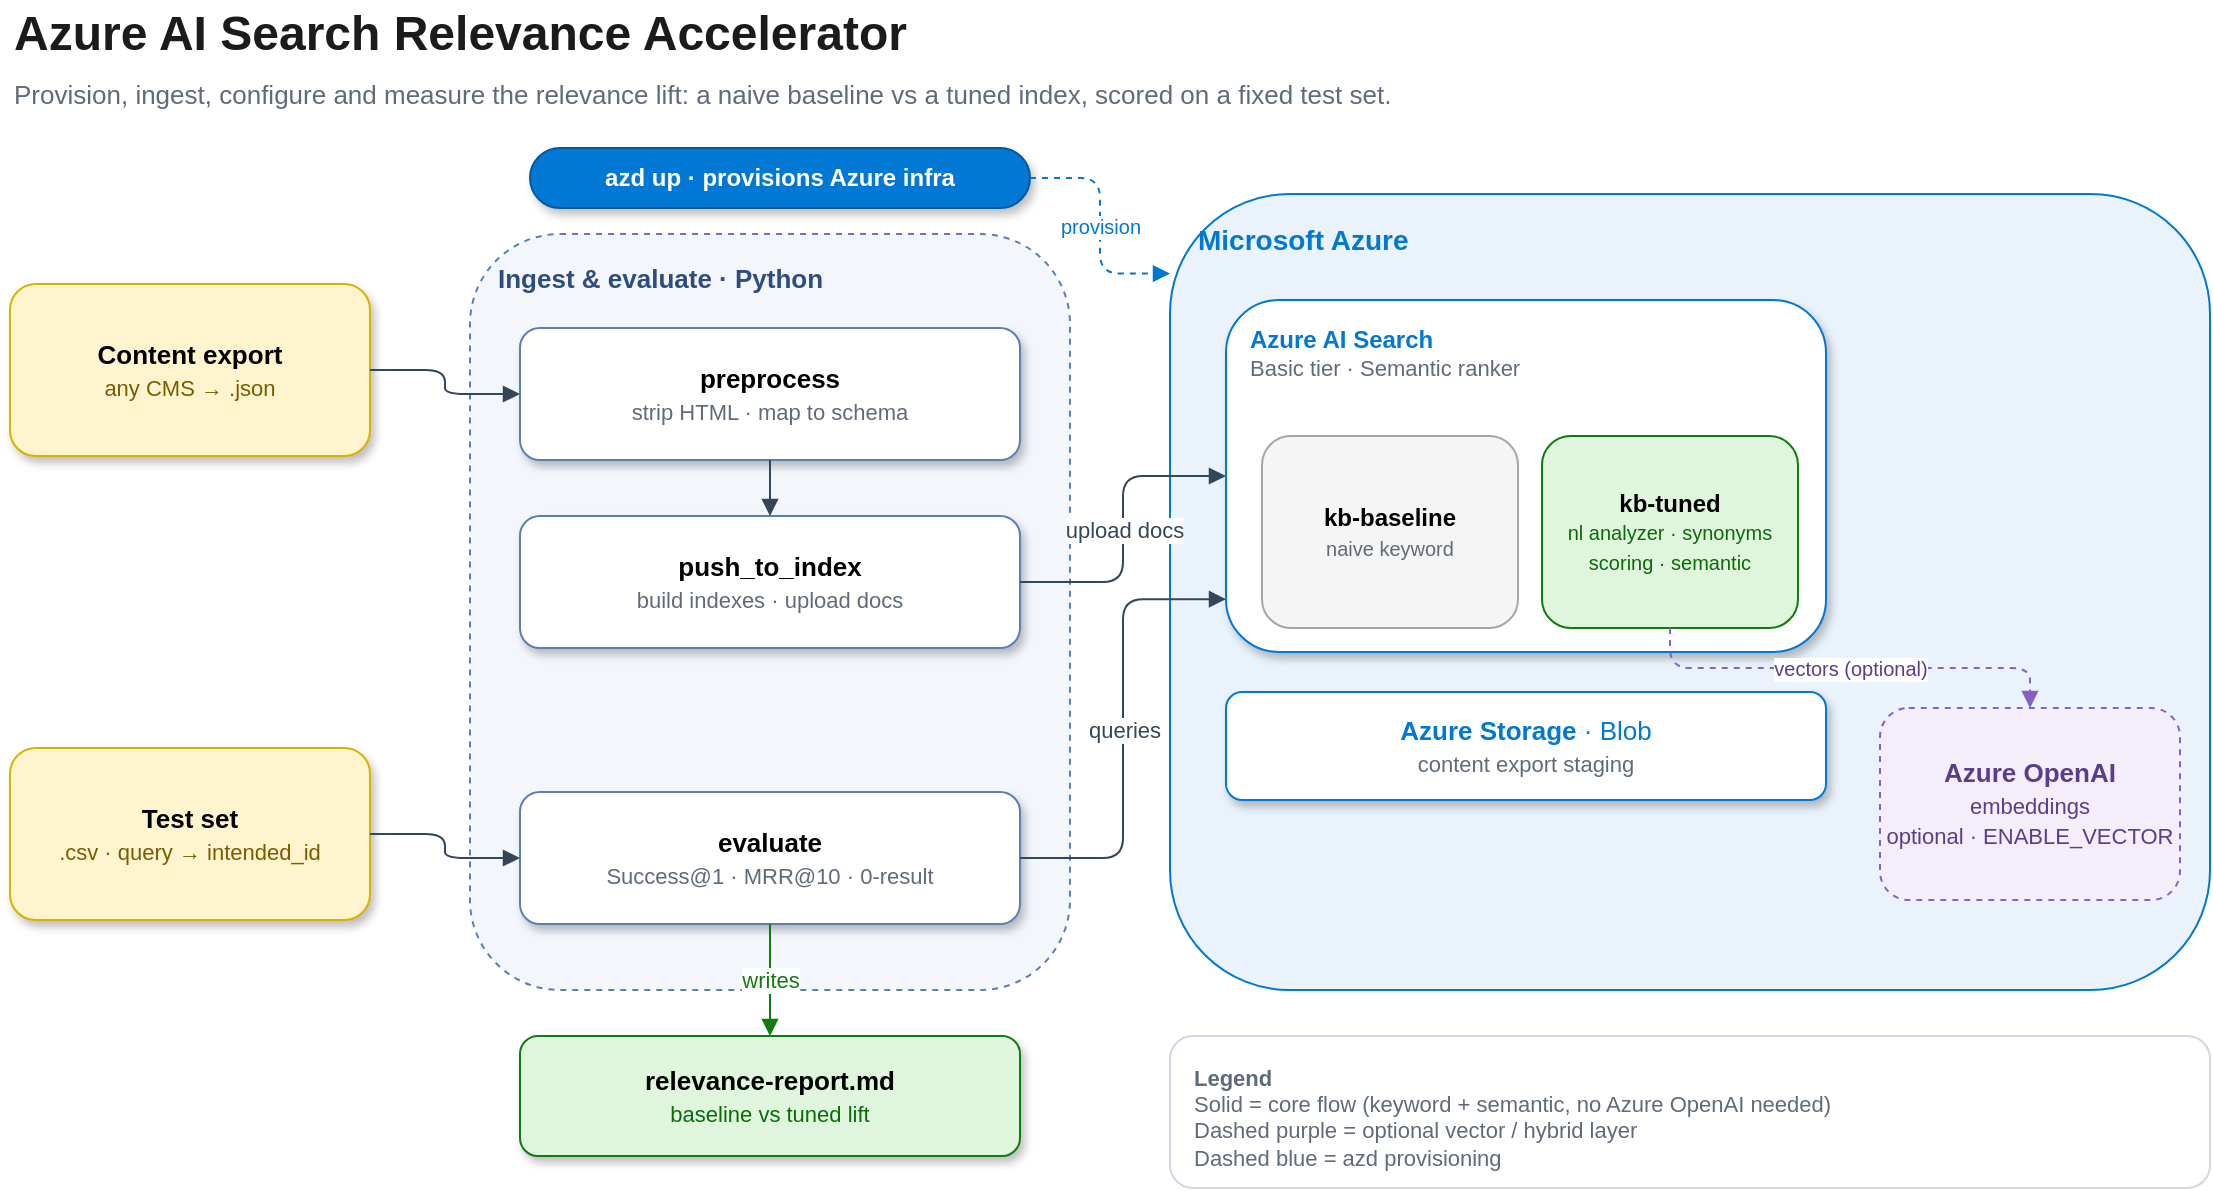
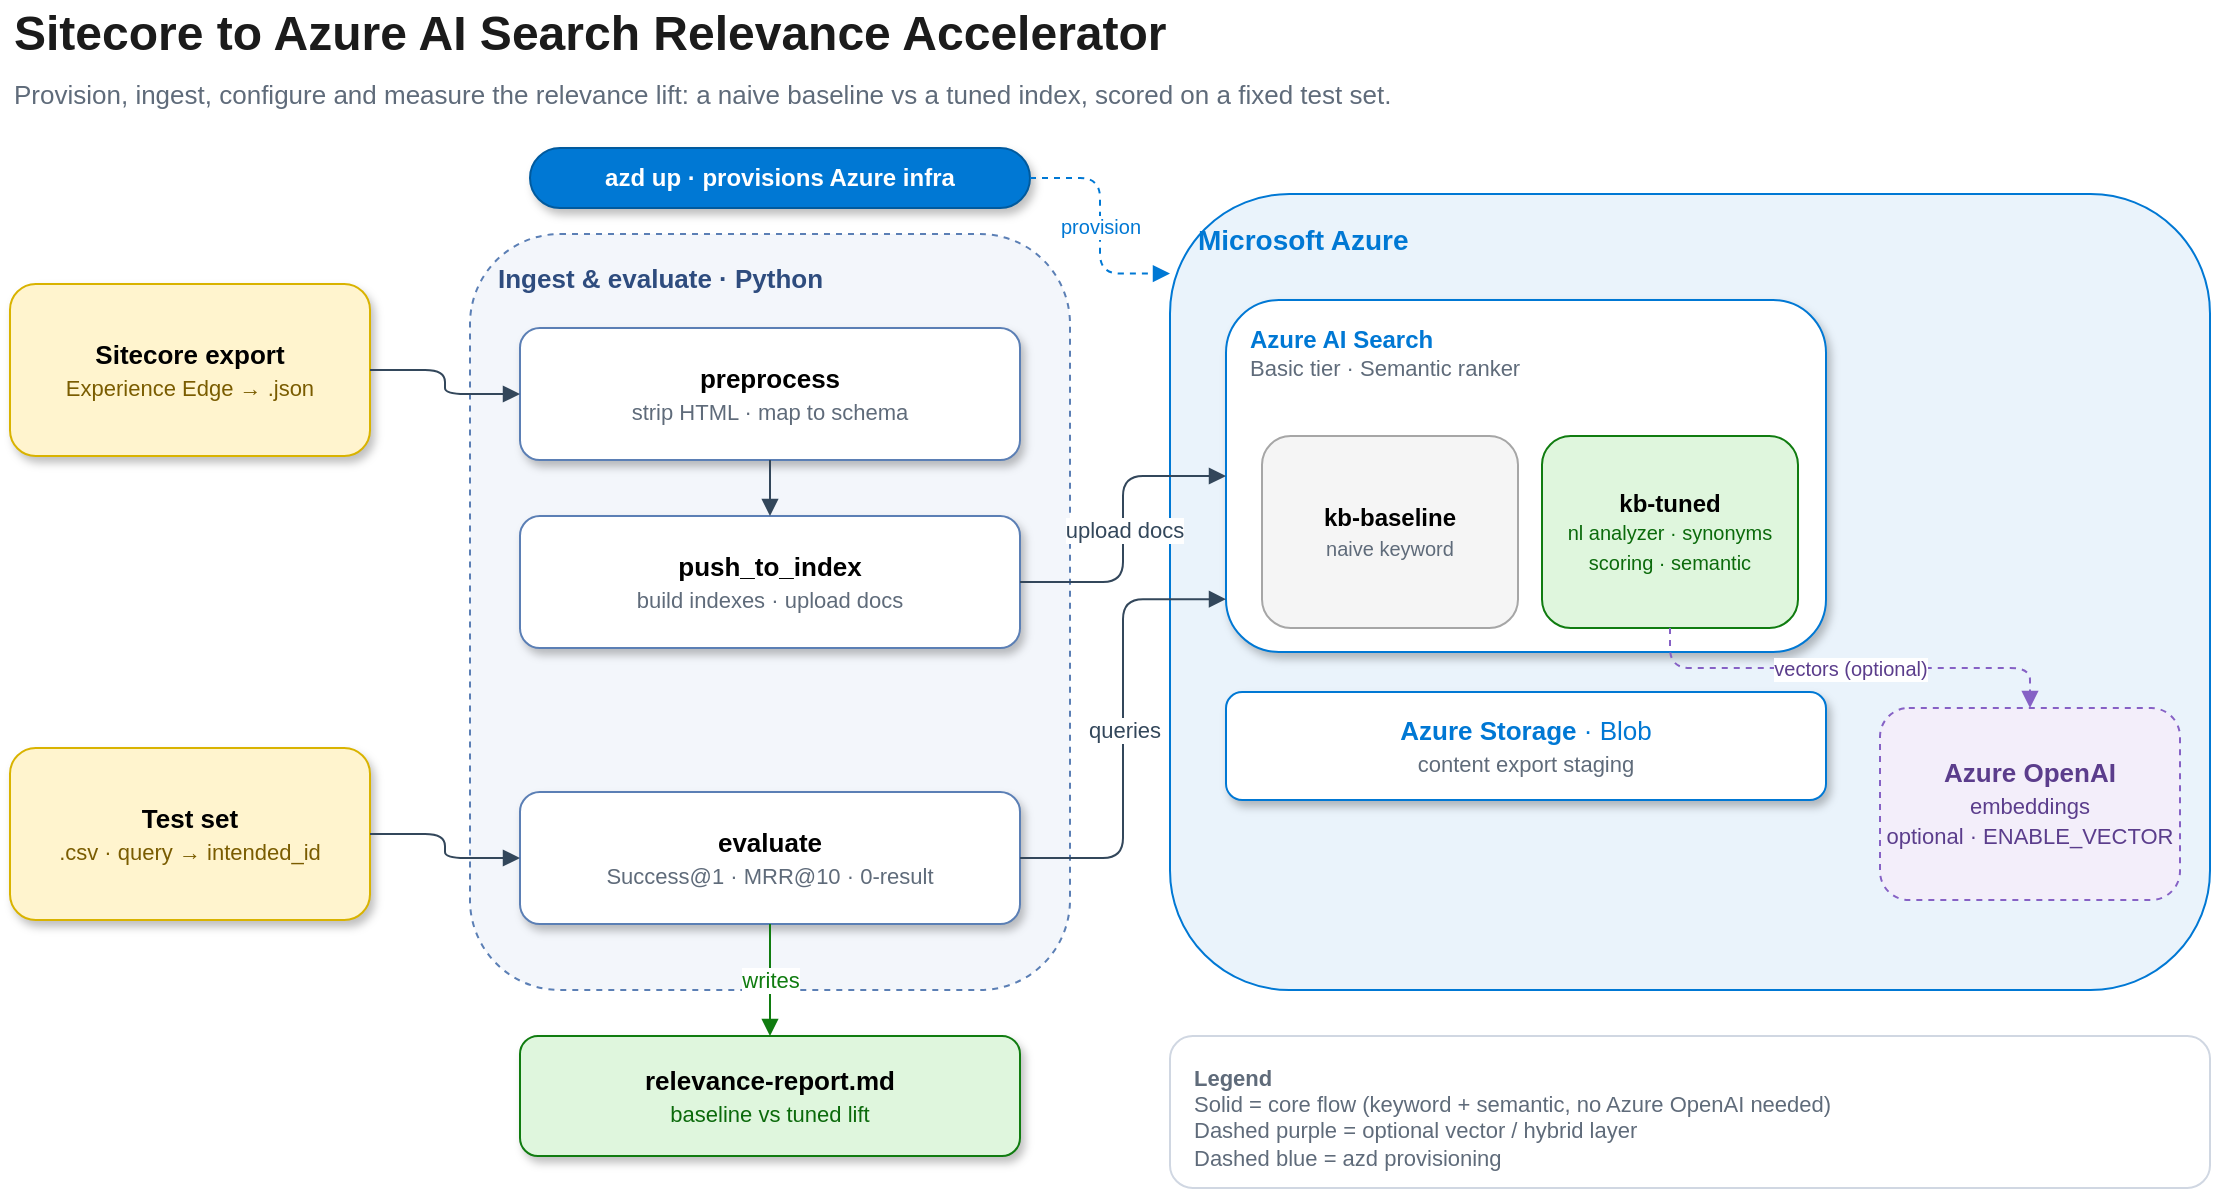
<mxfile host="app.diagrams.net">
  <diagram id="arch" name="Architecture">
    <mxGraphModel dx="1200" dy="700" grid="0" gridSize="10" guides="1" tooltips="1" connect="1" arrows="1" fold="1" page="1" pageScale="1" pageWidth="1180" pageHeight="640" math="0" shadow="0">
      <root>
        <mxCell id="0" />
        <mxCell id="1" parent="0" />

-         <mxCell id="t1" value="Azure AI Search Relevance Accelerator" style="text;html=1;strokeColor=none;fillColor=none;align=left;verticalAlign=middle;fontSize=24;fontStyle=1;fontColor=#1B1B1B;fontFamily=Helvetica" vertex="1" parent="1">
+         <mxCell id="t1" value="Sitecore to Azure AI Search Relevance Accelerator" style="text;html=1;strokeColor=none;fillColor=none;align=left;verticalAlign=middle;fontSize=24;fontStyle=1;fontColor=#1B1B1B;fontFamily=Helvetica" vertex="1" parent="1">
          <mxGeometry x="40" y="18" width="1080" height="34" as="geometry" />
        </mxCell>
        <mxCell id="t2" value="Provision, ingest, configure and measure the relevance lift: a naive baseline vs a tuned index, scored on a fixed test set." style="text;html=1;strokeColor=none;fillColor=none;align=left;verticalAlign=middle;fontSize=13;fontColor=#5f6b7a;fontFamily=Helvetica" vertex="1" parent="1">
          <mxGeometry x="40" y="54" width="1080" height="22" as="geometry" />
        </mxCell>

        <mxCell id="z1" value="azd up  ·  provisions Azure infra" style="rounded=1;arcSize=50;whiteSpace=wrap;html=1;fillColor=#0078D4;strokeColor=#005A9E;fontColor=#FFFFFF;fontStyle=1;fontFamily=Helvetica;shadow=1" vertex="1" parent="1">
          <mxGeometry x="300" y="92" width="250" height="30" as="geometry" />
        </mxCell>

-         <mxCell id="in1" value="&lt;b&gt;Content export&lt;/b&gt;&lt;br&gt;&lt;span style=&quot;color:#7a5c00;font-size:11px&quot;&gt;any CMS → .json&lt;/span&gt;" style="rounded=1;whiteSpace=wrap;html=1;fillColor=#FFF4CE;strokeColor=#D9B300;fontFamily=Helvetica;shadow=1;fontSize=13" vertex="1" parent="1">
+         <mxCell id="in1" value="&lt;b&gt;Sitecore export&lt;/b&gt;&lt;br&gt;&lt;span style=&quot;color:#7a5c00;font-size:11px&quot;&gt;Experience Edge → .json&lt;/span&gt;" style="rounded=1;whiteSpace=wrap;html=1;fillColor=#FFF4CE;strokeColor=#D9B300;fontFamily=Helvetica;shadow=1;fontSize=13" vertex="1" parent="1">
          <mxGeometry x="40" y="160" width="180" height="86" as="geometry" />
        </mxCell>
        <mxCell id="in2" value="&lt;b&gt;Test set&lt;/b&gt;&lt;br&gt;&lt;span style=&quot;color:#7a5c00;font-size:11px&quot;&gt;.csv · query → intended_id&lt;/span&gt;" style="rounded=1;whiteSpace=wrap;html=1;fillColor=#FFF4CE;strokeColor=#D9B300;fontFamily=Helvetica;shadow=1;fontSize=13" vertex="1" parent="1">
          <mxGeometry x="40" y="392" width="180" height="86" as="geometry" />
        </mxCell>

        <mxCell id="pbox" value="Ingest &amp; evaluate  ·  Python" style="rounded=1;whiteSpace=wrap;html=1;fillColor=#F3F6FB;strokeColor=#5B7FB5;dashed=1;verticalAlign=top;align=left;spacingLeft=12;spacingTop=8;fontStyle=1;fontColor=#2E4C7E;fontSize=13;fontFamily=Helvetica" vertex="1" parent="1">
          <mxGeometry x="270" y="135" width="300" height="378" as="geometry" />
        </mxCell>
        <mxCell id="p1" value="&lt;b&gt;preprocess&lt;/b&gt;&lt;br&gt;&lt;span style=&quot;color:#5f6b7a;font-size:11px&quot;&gt;strip HTML · map to schema&lt;/span&gt;" style="rounded=1;whiteSpace=wrap;html=1;fillColor=#FFFFFF;strokeColor=#5B7FB5;fontFamily=Helvetica;shadow=1;fontSize=13" vertex="1" parent="1">
          <mxGeometry x="295" y="182" width="250" height="66" as="geometry" />
        </mxCell>
        <mxCell id="p2" value="&lt;b&gt;push_to_index&lt;/b&gt;&lt;br&gt;&lt;span style=&quot;color:#5f6b7a;font-size:11px&quot;&gt;build indexes · upload docs&lt;/span&gt;" style="rounded=1;whiteSpace=wrap;html=1;fillColor=#FFFFFF;strokeColor=#5B7FB5;fontFamily=Helvetica;shadow=1;fontSize=13" vertex="1" parent="1">
          <mxGeometry x="295" y="276" width="250" height="66" as="geometry" />
        </mxCell>
        <mxCell id="p3" value="&lt;b&gt;evaluate&lt;/b&gt;&lt;br&gt;&lt;span style=&quot;color:#5f6b7a;font-size:11px&quot;&gt;Success@1 · MRR@10 · 0-result&lt;/span&gt;" style="rounded=1;whiteSpace=wrap;html=1;fillColor=#FFFFFF;strokeColor=#5B7FB5;fontFamily=Helvetica;shadow=1;fontSize=13" vertex="1" parent="1">
          <mxGeometry x="295" y="414" width="250" height="66" as="geometry" />
        </mxCell>

        <mxCell id="azbox" value="Microsoft Azure" style="rounded=1;whiteSpace=wrap;html=1;fillColor=#EAF3FB;strokeColor=#0078D4;verticalAlign=top;align=left;spacingLeft=12;spacingTop=8;fontStyle=1;fontColor=#0078D4;fontSize=14;fontFamily=Helvetica" vertex="1" parent="1">
          <mxGeometry x="620" y="115" width="520" height="398" as="geometry" />
        </mxCell>
        <mxCell id="search" value="&lt;b&gt;Azure AI Search&lt;/b&gt;&lt;br&gt;&lt;span style=&quot;color:#5f6b7a;font-size:11px&quot;&gt;Basic tier · Semantic ranker&lt;/span&gt;" style="rounded=1;whiteSpace=wrap;html=1;fillColor=#FFFFFF;strokeColor=#0078D4;verticalAlign=top;align=left;spacingLeft=10;spacingTop=6;fontColor=#0078D4;fontFamily=Helvetica;shadow=1" vertex="1" parent="1">
          <mxGeometry x="648" y="168" width="300" height="176" as="geometry" />
        </mxCell>
        <mxCell id="chipbase" value="&lt;b&gt;kb-baseline&lt;/b&gt;&lt;br&gt;&lt;span style=&quot;color:#5f6b7a;font-size:10px&quot;&gt;naive keyword&lt;/span&gt;" style="rounded=1;whiteSpace=wrap;html=1;fillColor=#F5F5F5;strokeColor=#A6A6A6;fontFamily=Helvetica;fontSize=12" vertex="1" parent="1">
          <mxGeometry x="666" y="236" width="128" height="96" as="geometry" />
        </mxCell>
        <mxCell id="chiptuned" value="&lt;b&gt;kb-tuned&lt;/b&gt;&lt;br&gt;&lt;span style=&quot;color:#0b6a0b;font-size:10px&quot;&gt;nl analyzer · synonyms&lt;br&gt;scoring · semantic&lt;/span&gt;" style="rounded=1;whiteSpace=wrap;html=1;fillColor=#DFF6DD;strokeColor=#107C10;fontFamily=Helvetica;fontSize=12" vertex="1" parent="1">
          <mxGeometry x="806" y="236" width="128" height="96" as="geometry" />
        </mxCell>
        <mxCell id="storage" value="&lt;b&gt;Azure Storage&lt;/b&gt;  ·  Blob&lt;br&gt;&lt;span style=&quot;color:#5f6b7a;font-size:11px&quot;&gt;content export staging&lt;/span&gt;" style="rounded=1;whiteSpace=wrap;html=1;fillColor=#FFFFFF;strokeColor=#0078D4;fontColor=#0078D4;fontFamily=Helvetica;shadow=1;fontSize=13" vertex="1" parent="1">
          <mxGeometry x="648" y="364" width="300" height="54" as="geometry" />
        </mxCell>
        <mxCell id="openai" value="&lt;b&gt;Azure OpenAI&lt;/b&gt;&lt;br&gt;&lt;span style=&quot;color:#5b3d8c;font-size:11px&quot;&gt;embeddings&lt;br&gt;optional · ENABLE_VECTOR&lt;/span&gt;" style="rounded=1;whiteSpace=wrap;html=1;fillColor=#F3EEFA;strokeColor=#8661C5;dashed=1;fontColor=#5b3d8c;fontFamily=Helvetica;fontSize=13" vertex="1" parent="1"><mxGeometry x="975" y="372" width="150" height="96" as="geometry" /></mxCell>

        <mxCell id="rep" value="&lt;b&gt;relevance-report.md&lt;/b&gt;&lt;br&gt;&lt;span style=&quot;color:#0b6a0b;font-size:11px&quot;&gt;baseline vs tuned lift&lt;/span&gt;" style="rounded=1;whiteSpace=wrap;html=1;fillColor=#DFF6DD;strokeColor=#107C10;fontFamily=Helvetica;shadow=1;fontSize=13" vertex="1" parent="1">
          <mxGeometry x="295" y="536" width="250" height="60" as="geometry" />
        </mxCell>

        <mxCell id="legend" value="&lt;b&gt;Legend&lt;/b&gt;&lt;br&gt;Solid = core flow (keyword + semantic, no Azure OpenAI needed)&lt;br&gt;Dashed purple = optional vector / hybrid layer&lt;br&gt;Dashed blue = azd provisioning" style="text;html=1;fillColor=#FFFFFF;strokeColor=#D0D7E2;align=left;verticalAlign=top;spacingLeft=10;spacingTop=8;fontSize=11;fontColor=#5f6b7a;fontFamily=Helvetica;rounded=1" vertex="1" parent="1">
          <mxGeometry x="620" y="536" width="520" height="76" as="geometry" />
        </mxCell>

        <mxCell id="e8" value="provision" style="edgeStyle=orthogonalEdgeStyle;rounded=1;html=1;endArrow=block;dashed=1;strokeColor=#0078D4;fontSize=10;fontColor=#0078D4;fontFamily=Helvetica;exitX=1;exitY=0.5;exitDx=0;exitDy=0;entryX=0;entryY=0.1;entryDx=0;entryDy=0" edge="1" parent="1" source="z1" target="azbox">
          <mxGeometry relative="1" as="geometry" />
        </mxCell>
        <mxCell id="e1" style="edgeStyle=orthogonalEdgeStyle;rounded=1;html=1;endArrow=block;strokeColor=#33475b;fontFamily=Helvetica;exitX=1;exitY=0.5;exitDx=0;exitDy=0;entryX=0;entryY=0.5;entryDx=0;entryDy=0" edge="1" parent="1" source="in1" target="p1">
          <mxGeometry relative="1" as="geometry" />
        </mxCell>
        <mxCell id="e2" style="edgeStyle=orthogonalEdgeStyle;rounded=1;html=1;endArrow=block;strokeColor=#33475b;fontFamily=Helvetica;exitX=0.5;exitY=1;exitDx=0;exitDy=0;entryX=0.5;entryY=0;entryDx=0;entryDy=0" edge="1" parent="1" source="p1" target="p2">
          <mxGeometry relative="1" as="geometry" />
        </mxCell>
        <mxCell id="e3" value="upload docs" style="edgeStyle=orthogonalEdgeStyle;rounded=1;html=1;endArrow=block;strokeColor=#33475b;fontSize=11;fontColor=#33475b;fontFamily=Helvetica;exitX=1;exitY=0.5;exitDx=0;exitDy=0;entryX=0;entryY=0.5;entryDx=0;entryDy=0" edge="1" parent="1" source="p2" target="search">
          <mxGeometry relative="1" as="geometry" />
        </mxCell>
        <mxCell id="e4" style="edgeStyle=orthogonalEdgeStyle;rounded=1;html=1;endArrow=block;strokeColor=#33475b;fontFamily=Helvetica;exitX=1;exitY=0.5;exitDx=0;exitDy=0;entryX=0;entryY=0.5;entryDx=0;entryDy=0" edge="1" parent="1" source="in2" target="p3">
          <mxGeometry relative="1" as="geometry" />
        </mxCell>
        <mxCell id="e5" value="queries" style="edgeStyle=orthogonalEdgeStyle;rounded=1;html=1;endArrow=block;strokeColor=#33475b;fontSize=11;fontColor=#33475b;fontFamily=Helvetica;exitX=1;exitY=0.5;exitDx=0;exitDy=0;entryX=0;entryY=0.85;entryDx=0;entryDy=0" edge="1" parent="1" source="p3" target="search">
          <mxGeometry relative="1" as="geometry" />
        </mxCell>
        <mxCell id="e6" value="writes" style="edgeStyle=orthogonalEdgeStyle;rounded=1;html=1;endArrow=block;strokeColor=#107C10;fontSize=11;fontColor=#107C10;fontFamily=Helvetica;exitX=0.5;exitY=1;exitDx=0;exitDy=0;entryX=0.5;entryY=0;entryDx=0;entryDy=0" edge="1" parent="1" source="p3" target="rep">
          <mxGeometry relative="1" as="geometry" />
        </mxCell>
        <mxCell id="e7" value="vectors (optional)" style="edgeStyle=orthogonalEdgeStyle;rounded=1;html=1;endArrow=block;dashed=1;strokeColor=#8661C5;fontSize=10;fontColor=#5b3d8c;fontFamily=Helvetica;exitX=0.5;exitY=1;exitDx=0;exitDy=0;entryX=0.5;entryY=0;entryDx=0;entryDy=0" edge="1" parent="1" source="chiptuned" target="openai"><mxGeometry relative="1" as="geometry" /></mxCell>
      </root>
    </mxGraphModel>
  </diagram>
</mxfile>